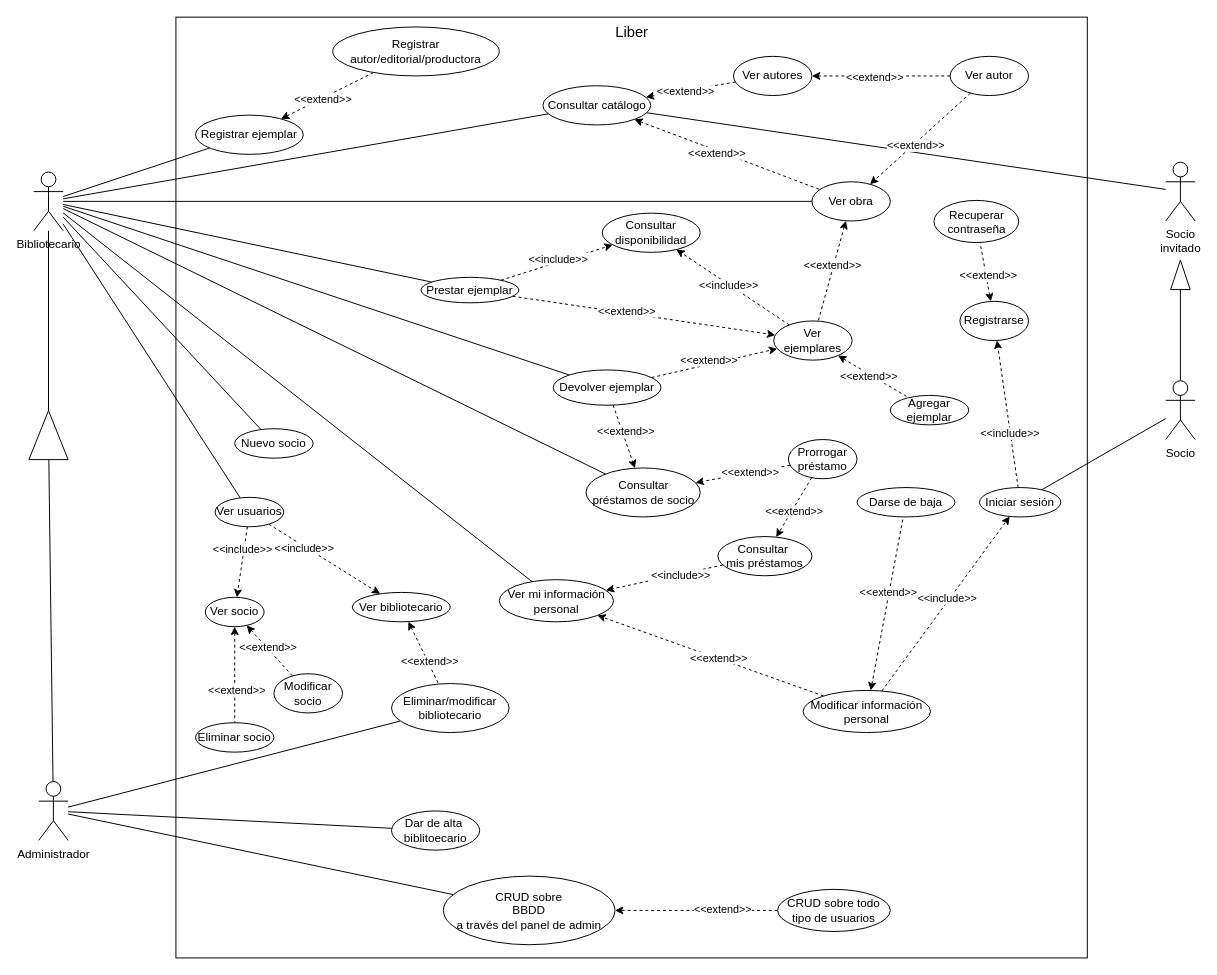
manuelordenador/TFG keeps this draw.io diagram as diagramas/casos de uso.drawio. Above is the earlier version. Source tidied: cells renumbered, new cells numbered last; positions are measured from the earlier drawing's top-left corner, leaving out a move shared by most shapes. Both pictures are drawn from the tidied source at 98%, with x=0, y=0 at pixel (24, 17).
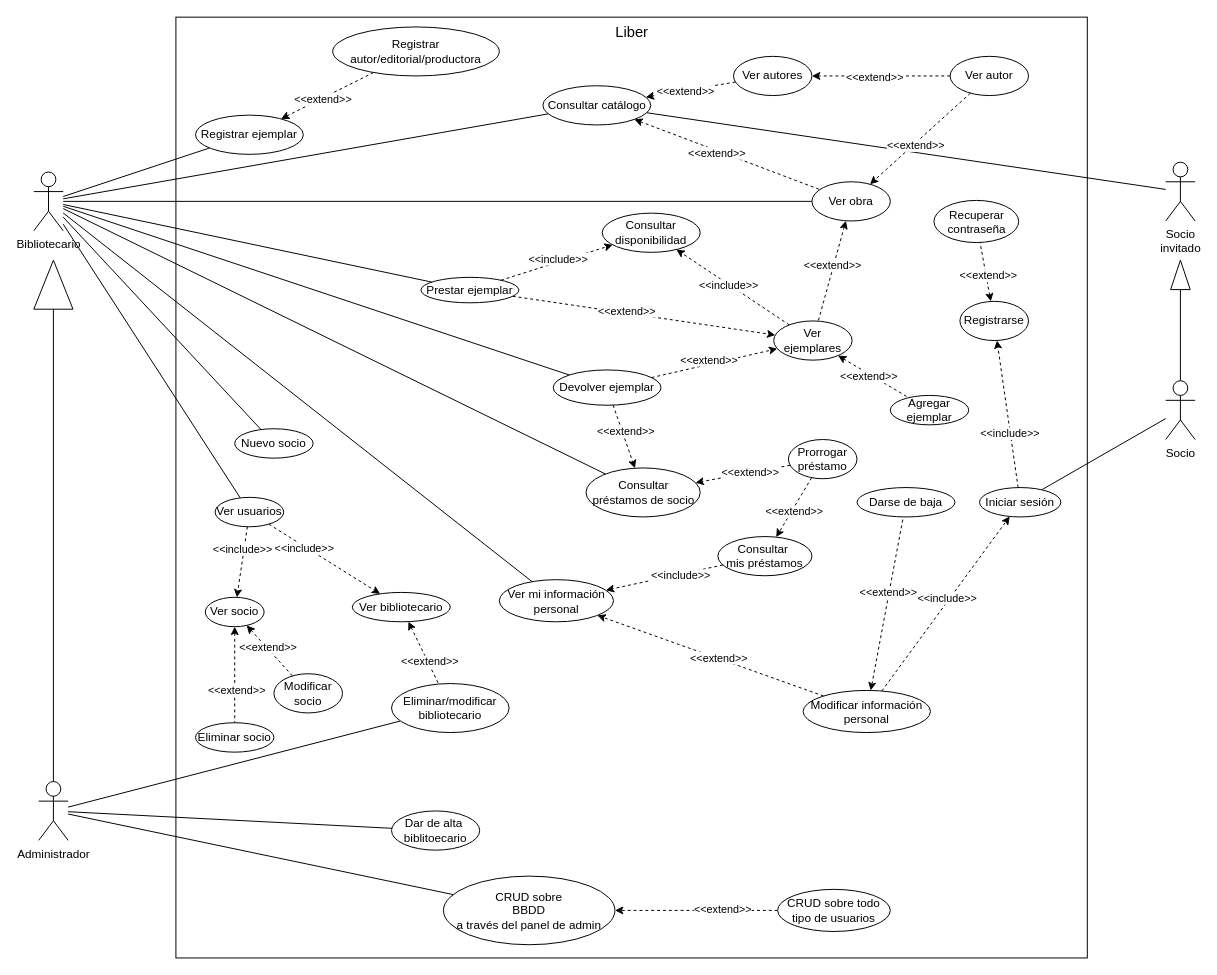
The same page after the edit.

The change refers to these unchanged cells:
```xml
<mxCell id="12" value="Bibliotecario" style="shape=umlActor;verticalLabelPosition=bottom;verticalAlign=top;html=1;outlineConnect=0;" parent="1" vertex="1">
  <mxGeometry x="10" y="158" width="30" height="60" as="geometry" />
</mxCell>
```

Diff of the diagram source:
```diff
@@
-    <mxCell id="11" style="edgeStyle=none;shape=connector;rounded=1;html=1;strokeColor=default;align=center;verticalAlign=middle;fontFamily=Helvetica;fontSize=11;fontColor=default;labelBackgroundColor=default;endArrow=none;endFill=0;" parent="1" edge="1" source="12" target="95">
-      <mxGeometry relative="1" as="geometry" />
-    </mxCell>
@@
     <mxCell id="95" style="triangle;whiteSpace=wrap;html=1;fontFamily=Helvetica;fontSize=11;fontColor=default;labelBackgroundColor=default;rotation=-90;" parent="1" vertex="1">
-      <mxGeometry y="406.5" width="50" height="40" as="geometry" />
+      <mxGeometry x="5" y="253" width="50" height="40" as="geometry" />
     </mxCell>
```
